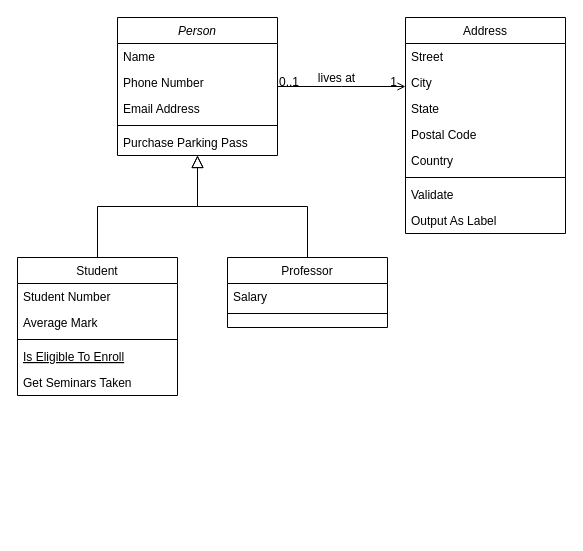
caminf/pizzacode keeps this draw.io diagram as Diagrama sin título.drawio. Above is the earlier version. Source tidied: cells renumbered, new cells numbered last; positions are measured from the earlier drawing's top-left corner, leaving out a move shared by most shapes. Both pictures are drawn from the tidied source at 100%, with x=0, y=0 at pixel (17, 17).
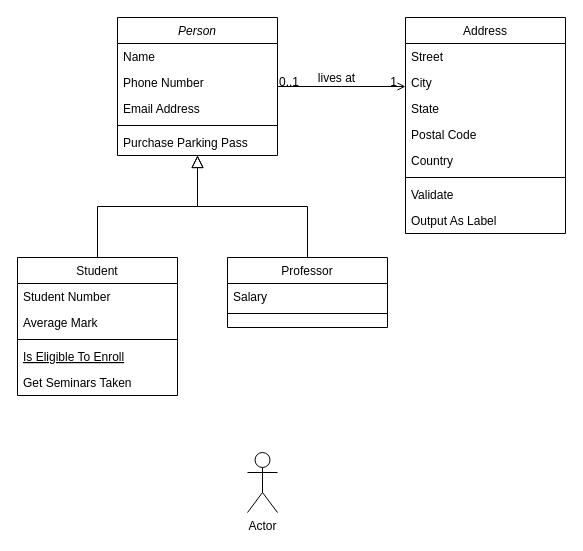
The same diagram, later.

The edit, as a diff of the source:
```diff
@@
+    <mxCell id="32" value="Actor" style="shape=umlActor;verticalLabelPosition=bottom;verticalAlign=top;html=1;" parent="1" vertex="1">
+      <mxGeometry x="230" y="435" width="30" height="60" as="geometry" />
+    </mxCell>
```
